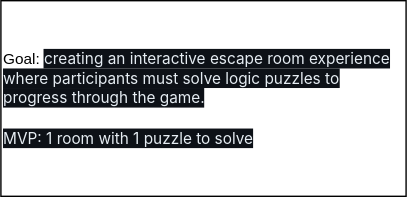
Above: ker-escape-room.drawio.svg in SchoolOfCode/escape-room-hackathon-koding-exceptional-repo-s (draw.io), before the change. Source tidied: cells renumbered, new cells last; positions are measured from the earlier drawing's top-left corner, leaving out a move shared by most shapes.
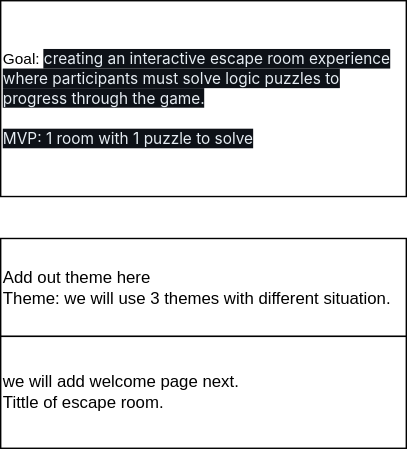
The same file after the commit.

Commit message:
added welcome page

Diff of the diagram source:
```diff
@@ -5,5 +5,11 @@
     <mxCell id="2" value="&lt;font style=&quot;font-size: 11px;&quot;&gt;Goal:&amp;nbsp;&lt;span style=&quot;color: rgb(230, 237, 243); font-family: -apple-system, BlinkMacSystemFont, &amp;quot;Segoe UI&amp;quot;, &amp;quot;Noto Sans&amp;quot;, Helvetica, Arial, sans-serif, &amp;quot;Apple Color Emoji&amp;quot;, &amp;quot;Segoe UI Emoji&amp;quot;; background-color: rgb(13, 17, 23);&quot;&gt;creating an interactive escape room experience where participants must solve logic puzzles to progress through the game.&lt;br&gt;&lt;br&gt;MVP: 1 room with 1 puzzle to solve&lt;br&gt;&lt;/span&gt;&lt;/font&gt;" style="rounded=0;whiteSpace=wrap;html=1;align=left;" parent="1" vertex="1">
       <mxGeometry width="290" height="140" as="geometry" />
     </mxCell>
+    <mxCell id="3" value="Add out theme here&lt;br&gt;Theme: we will use 3 themes with different situation." style="rounded=0;whiteSpace=wrap;html=1;align=left;" parent="1" vertex="1">
+      <mxGeometry y="170" width="290" height="70" as="geometry" />
+    </mxCell>
+    <mxCell id="4" value="we will add welcome page next.&lt;br&gt;Tittle of escape room.&lt;br&gt;" style="rounded=0;whiteSpace=wrap;html=1;align=left;" parent="1" vertex="1">
+      <mxGeometry y="240" width="290" height="80" as="geometry" />
+    </mxCell>
   </root>
 </mxGraphModel>
```
